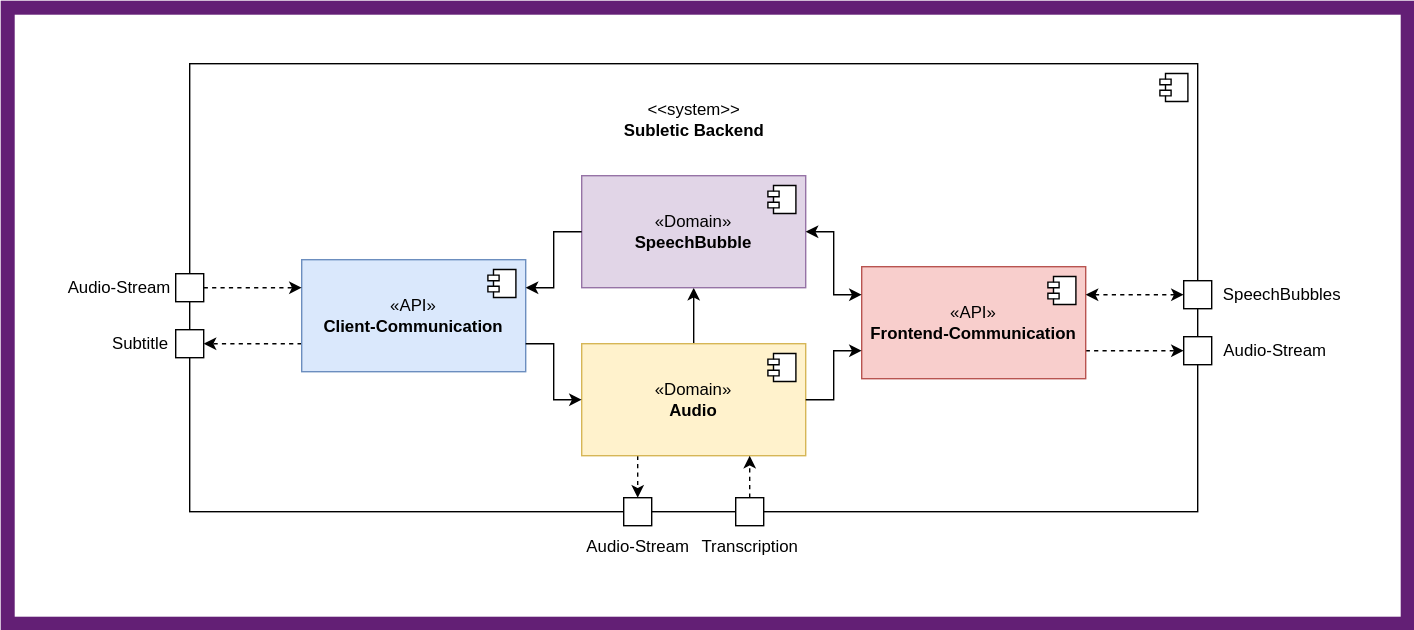
Earlier version of the draw.io export TechnicalDocumentation/arc42/img/Bausteinsicht_1_Backend.drawio.svg (Subletic/Documentation). Source tidied: cells renumbered, new cells last; positions are measured from the earlier drawing's top-left corner, leaving out a move shared by most shapes.
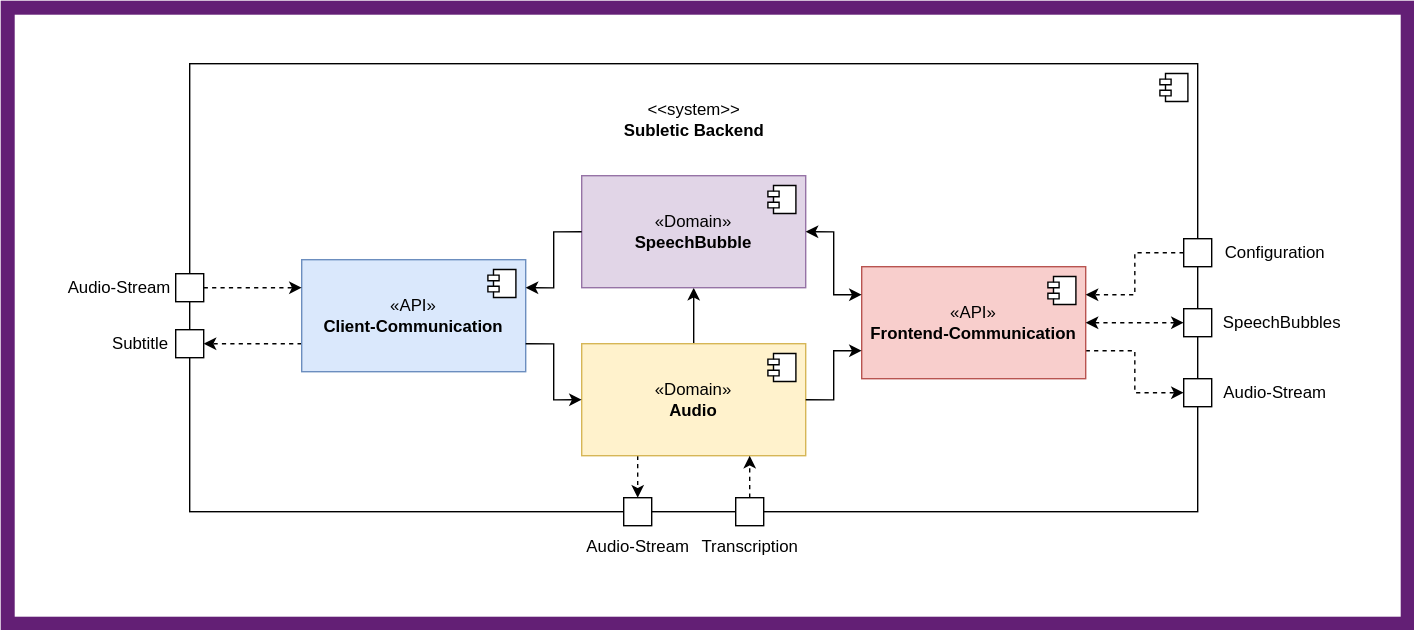
The same file after the commit.

The edit, as a diff of the source:
```diff
@@ -99,23 +99,32 @@
     <mxCell id="30" value="Audio-Stream" style="text;html=1;align=center;verticalAlign=middle;strokeColor=none;fillColor=none;rotation=0;" parent="1" vertex="1">
       <mxGeometry x="400" y="370" width="100" height="30" as="geometry" />
     </mxCell>
-    <mxCell id="31" style="edgeStyle=orthogonalEdgeStyle;rounded=0;jettySize=auto;html=1;exitX=0;exitY=0.5;exitDx=0;exitDy=0;entryX=1;entryY=0.25;entryDx=0;entryDy=0;dashed=1;startArrow=classic;startFill=1;" parent="1" edge="1" source="32" target="15">
+    <mxCell id="31" style="edgeStyle=orthogonalEdgeStyle;rounded=0;jettySize=auto;html=1;exitX=0;exitY=0.5;exitDx=0;exitDy=0;entryX=1;entryY=0.25;entryDx=0;entryDy=0;dashed=1;startArrow=none;startFill=0;" parent="1" edge="1" source="32" target="15">
       <mxGeometry relative="1" as="geometry" />
     </mxCell>
     <mxCell id="32" style="rounded=0;whiteSpace=wrap;html=1;" parent="1" vertex="1">
-      <mxGeometry x="840" y="195" width="20" height="20" as="geometry" />
+      <mxGeometry x="840" y="165" width="20" height="20" as="geometry" />
     </mxCell>
     <mxCell id="33" style="rounded=0;whiteSpace=wrap;html=1;" parent="1" vertex="1">
-      <mxGeometry x="840" y="235" width="20" height="20" as="geometry" />
+      <mxGeometry x="840" y="265" width="20" height="20" as="geometry" />
     </mxCell>
     <mxCell id="34" value="&lt;div&gt;&amp;lt;&amp;lt;system&amp;gt;&amp;gt;&lt;/div&gt;&lt;div&gt;&lt;b&gt;Subletic Backend&lt;/b&gt;&lt;br&gt;&lt;/div&gt;" style="text;html=1;align=center;verticalAlign=middle;strokeColor=none;fillColor=none;" parent="1" vertex="1">
       <mxGeometry x="430" y="60" width="120" height="40" as="geometry" />
     </mxCell>
     <mxCell id="35" value="SpeechBubbles" style="text;html=1;align=center;verticalAlign=middle;strokeColor=none;fillColor=none;rotation=0;" parent="1" vertex="1">
-      <mxGeometry x="855" y="190" width="110" height="30" as="geometry" />
+      <mxGeometry x="855" y="210" width="110" height="30" as="geometry" />
     </mxCell>
     <mxCell id="36" value="Audio-Stream" style="text;html=1;align=center;verticalAlign=middle;strokeColor=none;fillColor=none;" parent="1" vertex="1">
-      <mxGeometry x="855" y="230" width="100" height="30" as="geometry" />
+      <mxGeometry x="855" y="260" width="100" height="30" as="geometry" />
     </mxCell>
+    <mxCell id="37" style="edgeStyle=orthogonalEdgeStyle;rounded=0;jettySize=auto;html=1;exitX=0;exitY=0.5;exitDx=0;exitDy=0;entryX=1;entryY=0.5;entryDx=0;entryDy=0;startArrow=classic;startFill=1;dashed=1;" parent="1" edge="1" source="38" target="15">
+      <mxGeometry relative="1" as="geometry" />
+    </mxCell>
+    <mxCell id="38" style="rounded=0;whiteSpace=wrap;html=1;" parent="1" vertex="1">
+      <mxGeometry x="840" y="215" width="20" height="20" as="geometry" />
+    </mxCell>
+    <mxCell id="39" value="Configuration" style="text;html=1;align=center;verticalAlign=middle;strokeColor=none;fillColor=none;" parent="1" vertex="1">
+      <mxGeometry x="860" y="160" width="90" height="30" as="geometry" />
+    </mxCell>
   </root>
 </mxGraphModel>
```
